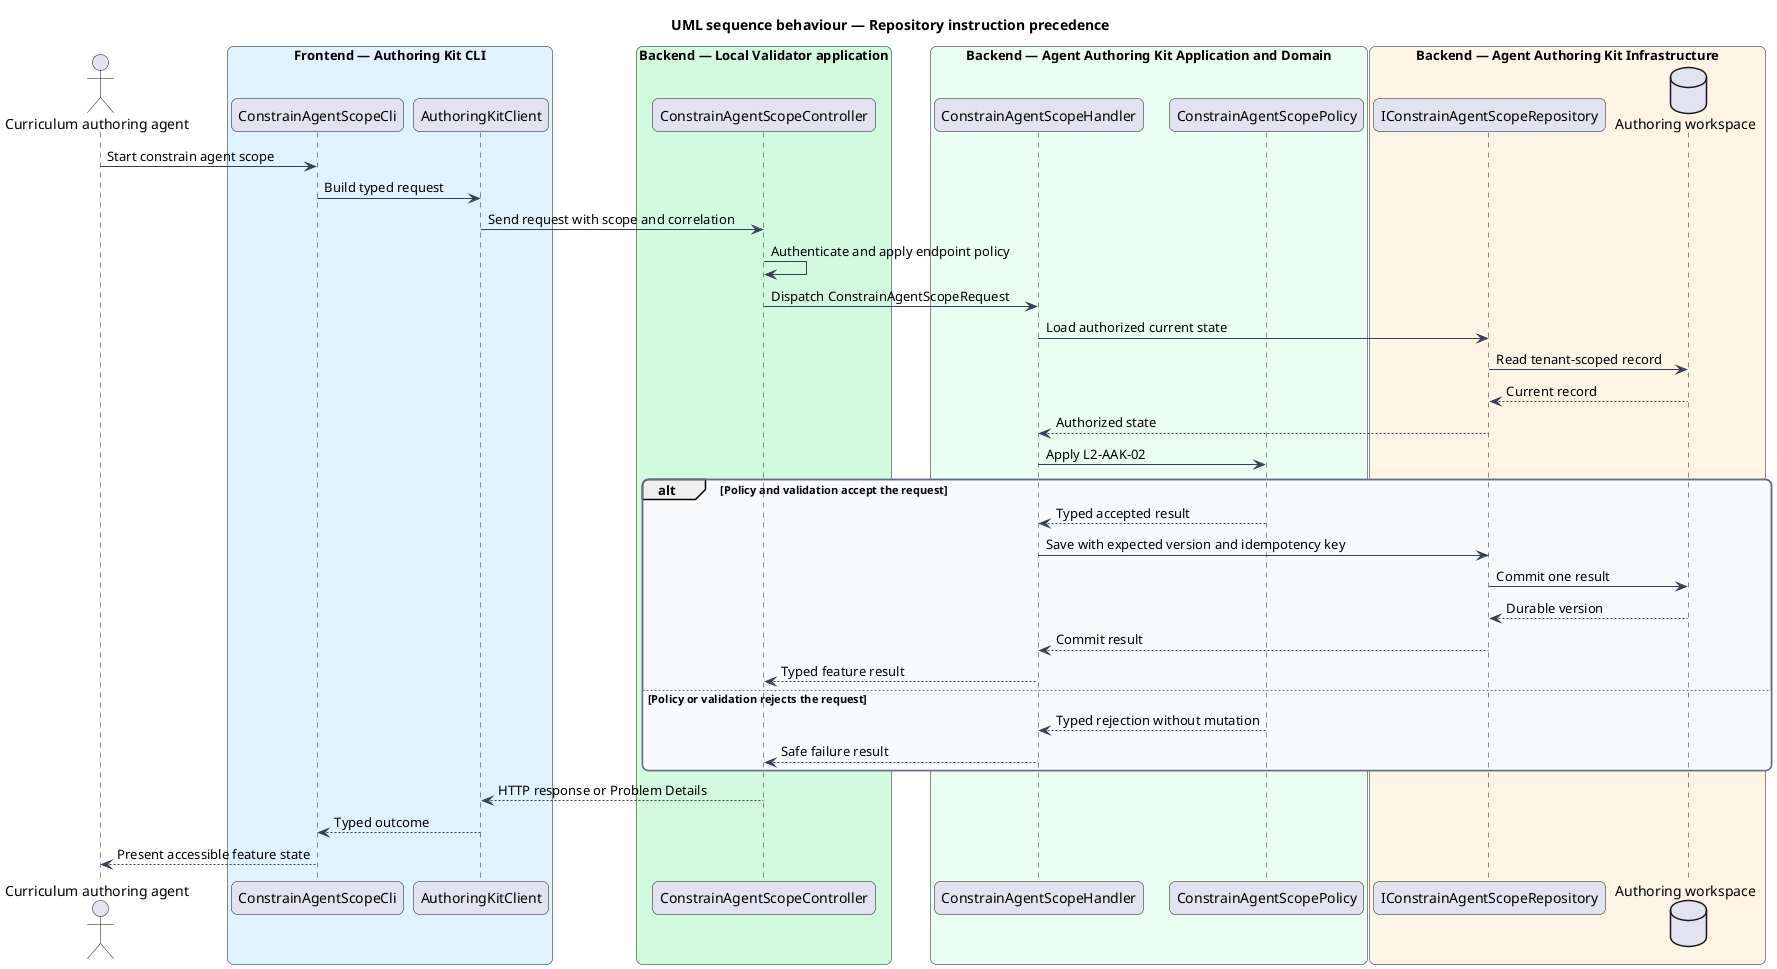
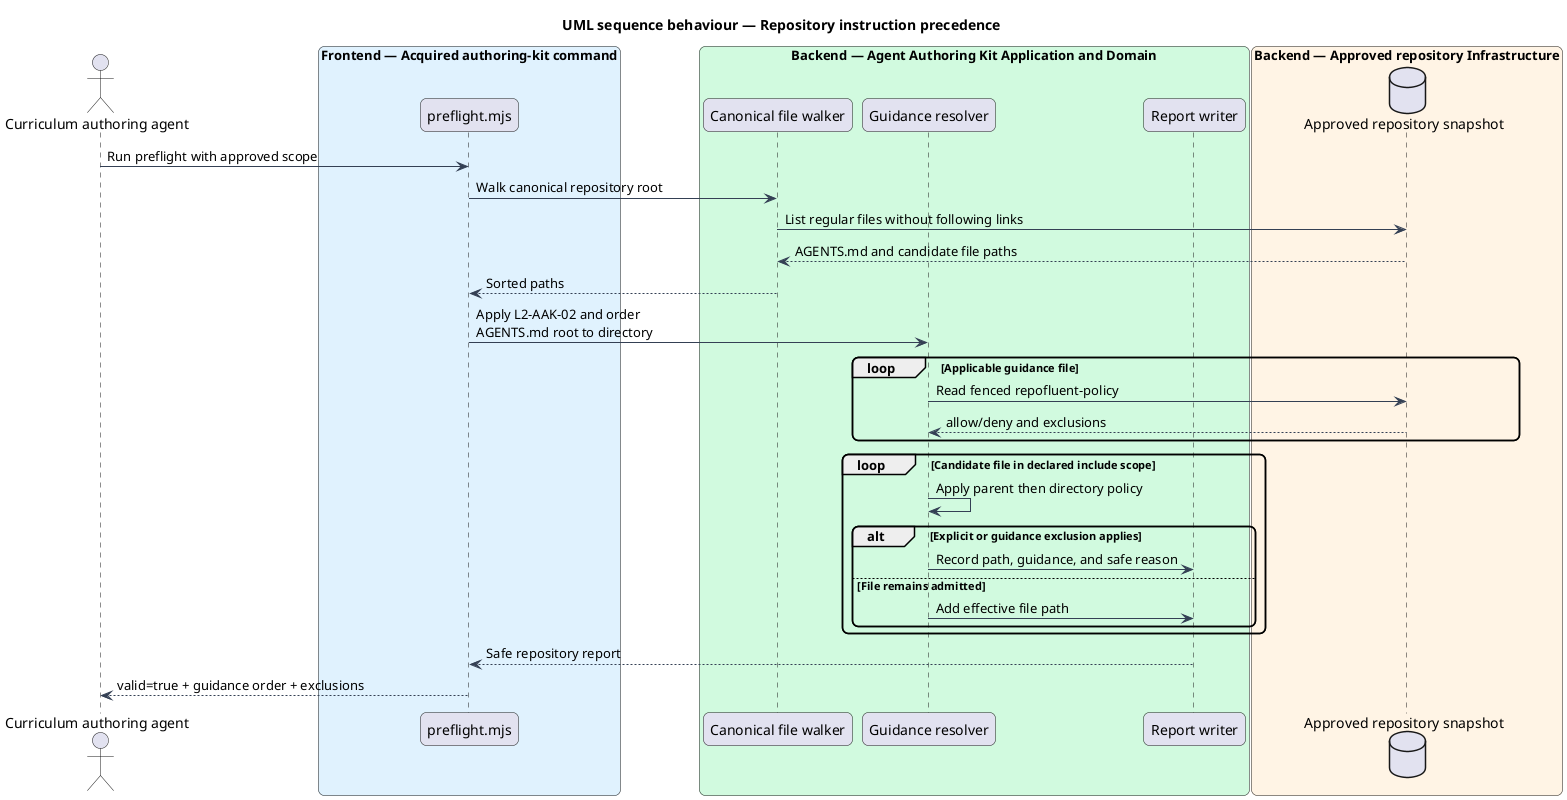
@startuml
title UML sequence behaviour — Repository instruction precedence
skinparam backgroundColor #FFFFFF
skinparam shadowing false
skinparam roundcorner 12
skinparam defaultFontName Arial
skinparam ArrowColor #344054
skinparam rectangle {
  BorderColor #344054
  FontColor #101828
}
- skinparam package {
-   BorderColor #667085
-   FontColor #101828
-   BackgroundColor #F9FAFB
- }
- actor "Curriculum authoring agent" as actor
- box "Frontend — Authoring Kit CLI" #E0F2FE
-   participant "ConstrainAgentScopeCli" as entry
-   participant "AuthoringKitClient" as client
+ actor "Curriculum authoring agent" as agent
+ box "Frontend — Acquired authoring-kit command" #E0F2FE
+   participant "preflight.mjs" as command
end box
- box "Backend — Local Validator application" #D1FADF
-   participant "ConstrainAgentScopeController" as controller
+ box "Backend — Agent Authoring Kit Application and Domain" #D1FADF
+   participant "Canonical file walker" as walker
+   participant "Guidance resolver" as guidance
+   participant "Report writer" as report
end box
- box "Backend — Agent Authoring Kit Application and Domain" #ECFDF3
-   participant "ConstrainAgentScopeHandler" as handler
-   participant "ConstrainAgentScopePolicy" as policy
+ box "Backend — Approved repository Infrastructure" #FFF4E5
+   database "Approved repository snapshot" as repository
end box
- box "Backend — Agent Authoring Kit Infrastructure" #FFF4E5
-   participant "IConstrainAgentScopeRepository" as repository
-   database "Authoring workspace" as store
- end box
- actor -> entry : Start constrain agent scope
- entry -> client : Build typed request
- client -> controller : Send request with scope and correlation
- controller -> controller : Authenticate and apply endpoint policy
- controller -> handler : Dispatch ConstrainAgentScopeRequest
- handler -> repository : Load authorized current state
- repository -> store : Read tenant-scoped record
- store --> repository : Current record
- repository --> handler : Authorized state
- handler -> policy : Apply L2-AAK-02
- alt Policy and validation accept the request
-   policy --> handler : Typed accepted result
-   handler -> repository : Save with expected version and idempotency key
-   repository -> store : Commit one result
-   store --> repository : Durable version
-   repository --> handler : Commit result
-   handler --> controller : Typed feature result
- else Policy or validation rejects the request
-   policy --> handler : Typed rejection without mutation
-   handler --> controller : Safe failure result
+ 
+ agent -> command : Run preflight with approved scope
+ command -> walker : Walk canonical repository root
+ walker -> repository : List regular files without following links
+ repository --> walker : AGENTS.md and candidate file paths
+ walker --> command : Sorted paths
+ command -> guidance : Apply L2-AAK-02 and order\nAGENTS.md root to directory
+ loop Applicable guidance file
+   guidance -> repository : Read fenced repofluent-policy
+   repository --> guidance : allow/deny and exclusions
end
- controller --> client : HTTP response or Problem Details
- client --> entry : Typed outcome
- entry --> actor : Present accessible feature state
+ loop Candidate file in declared include scope
+   guidance -> guidance : Apply parent then directory policy
+   alt Explicit or guidance exclusion applies
+     guidance -> report : Record path, guidance, and safe reason
+   else File remains admitted
+     guidance -> report : Add effective file path
+   end
+ end
+ report --> command : Safe repository report
+ command --> agent : valid=true + guidance order + exclusions
@enduml
